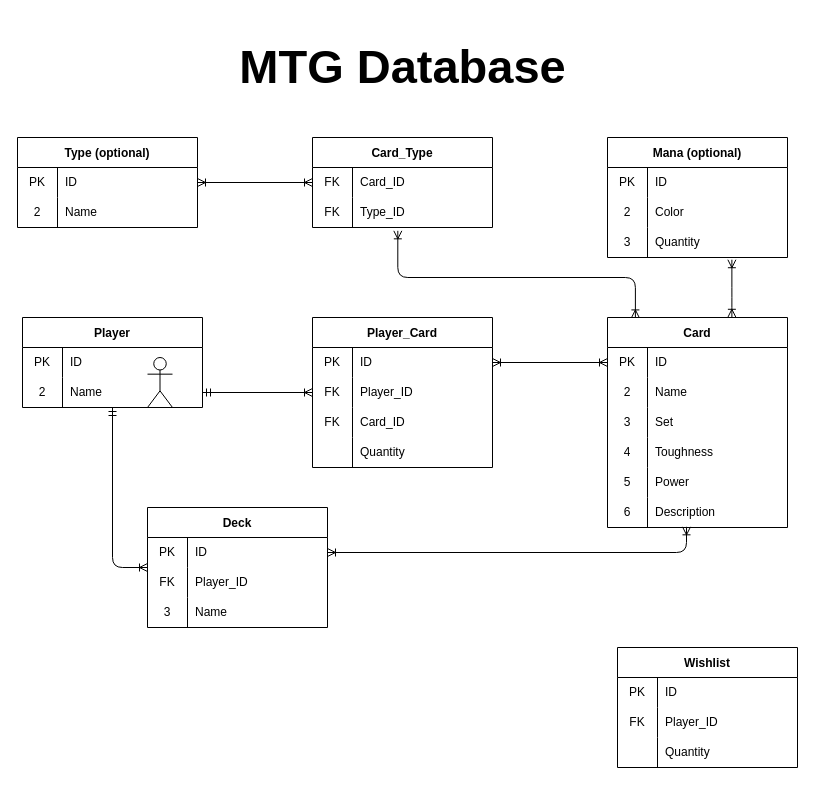
Earlier version of the draw.io diagram erd.dio (AAlexandre1/mtg_database). Source tidied: cells renumbered, new cells numbered last; positions are measured from the earlier drawing's top-left corner, leaving out a move shared by most shapes. Both pictures are drawn from the tidied source at 100%, with x=0, y=0 at pixel (17, 17).
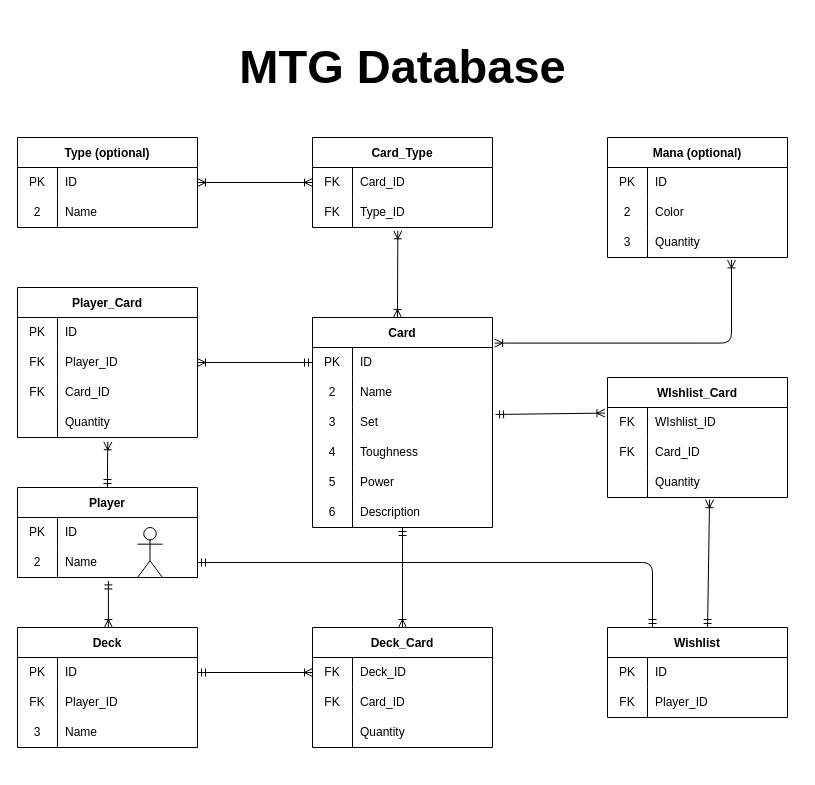
The same diagram, later.

Unchanged cells that the change refers to:
```xml
<mxCell id="6" style="shape=tableRow;horizontal=0;startSize=0;swimlaneHead=0;swimlaneBody=0;top=0;left=0;bottom=0;right=0;fillColor=none;points=[[0,0.5],[1,0.5]];portConstraint=eastwest;rounded=0;shadow=0;glass=0;sketch=0;" parent="2" vertex="1">
  <mxGeometry y="60" width="180" height="30" as="geometry" />
</mxCell>
<mxCell id="10" style="shape=tableRow;horizontal=0;startSize=0;swimlaneHead=0;swimlaneBody=0;top=0;left=0;bottom=0;right=0;fillColor=none;points=[[0,0.5],[1,0.5]];portConstraint=eastwest;rounded=0;shadow=0;glass=0;sketch=0;" parent="9" vertex="1">
  <mxGeometry y="30" width="180" height="30" as="geometry" />
</mxCell>
<mxCell id="16" style="shape=tableRow;horizontal=0;startSize=0;swimlaneHead=0;swimlaneBody=0;top=0;left=0;bottom=0;right=0;fillColor=none;points=[[0,0.5],[1,0.5]];portConstraint=eastwest;rounded=0;shadow=0;glass=0;sketch=0;" parent="9" vertex="1">
  <mxGeometry y="90" width="180" height="30" as="geometry" />
</mxCell>
<mxCell id="25" style="shape=tableRow;horizontal=0;startSize=0;swimlaneHead=0;swimlaneBody=0;top=0;left=0;bottom=0;right=0;fillColor=none;points=[[0,0.5],[1,0.5]];portConstraint=eastwest;rounded=0;shadow=0;glass=0;sketch=0;" parent="9" vertex="1">
  <mxGeometry y="180" width="180" height="30" as="geometry" />
</mxCell>
<mxCell id="30" style="shape=tableRow;horizontal=0;startSize=0;swimlaneHead=0;swimlaneBody=0;top=0;left=0;bottom=0;right=0;fillColor=none;points=[[0,0.5],[1,0.5]];portConstraint=eastwest;rounded=0;shadow=0;glass=0;sketch=0;" parent="29" vertex="1">
  <mxGeometry y="30" width="180" height="30" as="geometry" />
</mxCell>
<mxCell id="33" style="shape=tableRow;horizontal=0;startSize=0;swimlaneHead=0;swimlaneBody=0;top=0;left=0;bottom=0;right=0;fillColor=none;points=[[0,0.5],[1,0.5]];portConstraint=eastwest;rounded=0;shadow=0;glass=0;sketch=0;" parent="29" vertex="1">
  <mxGeometry y="60" width="180" height="30" as="geometry" />
</mxCell>
<mxCell id="40" style="shape=tableRow;horizontal=0;startSize=0;swimlaneHead=0;swimlaneBody=0;top=0;left=0;bottom=0;right=0;fillColor=none;points=[[0,0.5],[1,0.5]];portConstraint=eastwest;rounded=0;shadow=0;glass=0;sketch=0;" parent="39" vertex="1">
  <mxGeometry y="30" width="180" height="30" as="geometry" />
</mxCell>
<mxCell id="43" style="shape=tableRow;horizontal=0;startSize=0;swimlaneHead=0;swimlaneBody=0;top=0;left=0;bottom=0;right=0;fillColor=none;points=[[0,0.5],[1,0.5]];portConstraint=eastwest;rounded=0;shadow=0;glass=0;sketch=0;" parent="39" vertex="1">
  <mxGeometry y="60" width="180" height="30" as="geometry" />
</mxCell>
<mxCell id="49" style="shape=tableRow;horizontal=0;startSize=0;swimlaneHead=0;swimlaneBody=0;top=0;left=0;bottom=0;right=0;fillColor=none;points=[[0,0.5],[1,0.5]];portConstraint=eastwest;rounded=0;shadow=0;glass=0;sketch=0;" parent="39" vertex="1">
  <mxGeometry y="120" width="180" height="30" as="geometry" />
</mxCell>
<mxCell id="69" style="shape=tableRow;horizontal=0;startSize=0;swimlaneHead=0;swimlaneBody=0;top=0;left=0;bottom=0;right=0;fillColor=none;points=[[0,0.5],[1,0.5]];portConstraint=eastwest;rounded=0;shadow=0;glass=0;sketch=0;" parent="62" vertex="1">
  <mxGeometry y="90" width="180" height="30" as="geometry" />
</mxCell>
<mxCell id="92" style="shape=tableRow;horizontal=0;startSize=0;swimlaneHead=0;swimlaneBody=0;top=0;left=0;bottom=0;right=0;fillColor=none;points=[[0,0.5],[1,0.5]];portConstraint=eastwest;" parent="88" vertex="1">
  <mxGeometry y="60" width="180" height="30" as="geometry" />
</mxCell>
```

The edit, as a diff of the source:
```diff
@@
+    <mxCell id="99" style="edgeStyle=orthogonalEdgeStyle;html=1;exitX=0.5;exitY=0;exitDx=0;exitDy=0;entryX=0.502;entryY=1.143;entryDx=0;entryDy=0;entryPerimeter=0;startArrow=ERmandOne;startFill=0;endArrow=ERoneToMany;endFill=0;" parent="1" edge="1" source="2" target="49">
+      <mxGeometry relative="1" as="geometry">
+        <Array as="points">
+          <mxPoint x="90" y="445" />
+          <mxPoint x="90" y="445" />
+        </Array>
+      </mxGeometry>
+    </mxCell>
     <mxCell id="2" value="Player" style="shape=table;startSize=30;childLayout=tableLayout;rowLines=0;fontStyle=1;rounded=0;shadow=0;glass=0;sketch=0;fillColor=default;gradientColor=none;" parent="1" vertex="1">
-      <mxGeometry x="5" y="300" width="180" height="90" as="geometry" />
+      <mxGeometry y="470" width="180" height="90" as="geometry" />
     </mxCell>
@@
     <mxCell id="9" value="Card" style="shape=table;startSize=30;childLayout=tableLayout;rowLines=0;fontStyle=1;rounded=0;shadow=0;glass=0;sketch=0;fillColor=default;gradientColor=none;" parent="1" vertex="1">
-      <mxGeometry x="590" y="300" width="180" height="210" as="geometry" />
+      <mxGeometry x="295" y="300" width="180" height="210" as="geometry" />
     </mxCell>
@@
+    <mxCell id="100" style="edgeStyle=orthogonalEdgeStyle;html=1;exitX=0.5;exitY=0;exitDx=0;exitDy=0;entryX=0.505;entryY=1.114;entryDx=0;entryDy=0;entryPerimeter=0;startArrow=ERoneToMany;startFill=0;endArrow=ERmandOne;endFill=0;" parent="1" edge="1" source="29" target="6">
+      <mxGeometry relative="1" as="geometry">
+        <Array as="points">
+          <mxPoint x="90" y="563" />
+        </Array>
+      </mxGeometry>
+    </mxCell>
     <mxCell id="29" value="Deck" style="shape=table;startSize=30;childLayout=tableLayout;rowLines=0;fontStyle=1;rounded=0;shadow=0;glass=0;sketch=0;fillColor=default;gradientColor=none;" parent="1" vertex="1">
-      <mxGeometry x="130" y="490" width="180" height="120" as="geometry" />
+      <mxGeometry y="610" width="180" height="120" as="geometry" />
     </mxCell>
@@
     <mxCell id="39" value="Player_Card" style="shape=table;startSize=30;childLayout=tableLayout;rowLines=0;fontStyle=1;rounded=0;shadow=0;glass=0;sketch=0;fillColor=default;gradientColor=none;" parent="1" vertex="1">
-      <mxGeometry x="295" y="300" width="180" height="150" as="geometry" />
+      <mxGeometry y="270" width="180" height="150" as="geometry" />
     </mxCell>
@@
     <mxCell id="52" value="Wishlist" style="shape=table;startSize=30;childLayout=tableLayout;rowLines=0;fontStyle=1;rounded=0;shadow=0;glass=0;sketch=0;fillColor=default;gradientColor=none;" parent="1" vertex="1">
-      <mxGeometry x="600" y="630" width="180" height="120" as="geometry" />
+      <mxGeometry x="590" y="610" width="180" height="90" as="geometry" />
     </mxCell>
@@
-    <mxCell id="59" style="shape=tableRow;horizontal=0;startSize=0;swimlaneHead=0;swimlaneBody=0;top=0;left=0;bottom=0;right=0;fillColor=none;rounded=0;shadow=0;glass=0;sketch=0;" parent="52" vertex="1">
-      <mxGeometry y="90" width="180" height="30" as="geometry" />
-    </mxCell>
-    <mxCell id="60" style="shape=partialRectangle;html=1;whiteSpace=wrap;fillColor=none;top=0;left=0;bottom=0;right=0;overflow=hidden;rounded=0;shadow=0;glass=0;sketch=0;" parent="59" vertex="1">
-      <mxGeometry width="40" height="30" as="geometry" />
-    </mxCell>
-    <mxCell id="61" value="Quantity" style="shape=partialRectangle;html=1;whiteSpace=wrap;fillColor=none;top=0;left=0;bottom=0;right=0;align=left;spacingLeft=6;overflow=hidden;rounded=0;shadow=0;glass=0;sketch=0;" parent="59" vertex="1">
-      <mxGeometry x="40" width="140" height="30" as="geometry" />
-    </mxCell>
@@
-    <mxCell id="81" style="edgeStyle=orthogonalEdgeStyle;html=1;exitX=0.691;exitY=1.074;exitDx=0;exitDy=0;startArrow=ERoneToMany;startFill=0;endArrow=ERoneToMany;endFill=0;exitPerimeter=0;entryX=0.691;entryY=-0.001;entryDx=0;entryDy=0;entryPerimeter=0;" parent="1" edge="1" source="69" target="9">
+    <mxCell id="81" style="edgeStyle=orthogonalEdgeStyle;html=1;startArrow=ERoneToMany;startFill=0;endArrow=ERoneToMany;endFill=0;entryX=1.012;entryY=0.122;entryDx=0;entryDy=0;entryPerimeter=0;exitX=0.689;exitY=1.081;exitDx=0;exitDy=0;exitPerimeter=0;" parent="1" edge="1" source="69" target="9">
       <mxGeometry relative="1" as="geometry">
         <Array as="points">
-          <mxPoint x="714" y="280" />
-          <mxPoint x="714" y="280" />
+          <mxPoint x="714" y="326" />
         </Array>
       </mxGeometry>
     </mxCell>
-    <mxCell id="82" style="edgeStyle=orthogonalEdgeStyle;html=1;exitX=1;exitY=0.5;exitDx=0;exitDy=0;entryX=0.439;entryY=0.978;entryDx=0;entryDy=0;entryPerimeter=0;startArrow=ERoneToMany;startFill=0;endArrow=ERoneToMany;endFill=0;" parent="1" edge="1" source="30" target="25">
-      <mxGeometry relative="1" as="geometry" />
-    </mxCell>
-    <mxCell id="83" style="edgeStyle=orthogonalEdgeStyle;html=1;exitX=1;exitY=0.5;exitDx=0;exitDy=0;startArrow=ERmandOne;startFill=0;endArrow=ERoneToMany;endFill=0;" parent="1" edge="1" source="6" target="39">
-      <mxGeometry relative="1" as="geometry">
-        <Array as="points">
-          <mxPoint x="300" y="375" />
-          <mxPoint x="300" y="375" />
-        </Array>
-      </mxGeometry>
-    </mxCell>
@@
     <mxCell id="86" style="shape=umlActor;verticalLabelPosition=bottom;verticalAlign=top;html=1;rounded=0;shadow=0;glass=0;sketch=0;fontFamily=Helvetica;fontSize=47;fillColor=default;gradientColor=none;" parent="1" vertex="1">
-      <mxGeometry x="130" y="340" width="25" height="50" as="geometry" />
+      <mxGeometry x="120" y="510" width="25" height="50" as="geometry" />
     </mxCell>
-    <mxCell id="87" style="edgeStyle=orthogonalEdgeStyle;html=1;entryX=0;entryY=0;entryDx=0;entryDy=0;startArrow=ERmandOne;startFill=0;endArrow=ERoneToMany;endFill=0;entryPerimeter=0;exitX=0.5;exitY=1;exitDx=0;exitDy=0;exitPerimeter=0;" parent="1" edge="1" source="6" target="33">
-      <mxGeometry relative="1" as="geometry">
-        <Array as="points">
-          <mxPoint x="95" y="550" />
-        </Array>
-      </mxGeometry>
-    </mxCell>
@@
-    <mxCell id="97" style="edgeStyle=orthogonalEdgeStyle;html=1;exitX=0.155;exitY=0.002;exitDx=0;exitDy=0;entryX=0.474;entryY=1.111;entryDx=0;entryDy=0;entryPerimeter=0;startArrow=ERoneToMany;startFill=0;endArrow=ERoneToMany;endFill=0;exitPerimeter=0;" parent="1" edge="1" source="9" target="92">
+    <mxCell id="97" style="edgeStyle=orthogonalEdgeStyle;html=1;entryX=0.474;entryY=1.111;entryDx=0;entryDy=0;entryPerimeter=0;startArrow=ERoneToMany;startFill=0;endArrow=ERoneToMany;endFill=0;" parent="1" edge="1" target="92">
       <mxGeometry relative="1" as="geometry">
+        <mxPoint x="380" y="300" as="sourcePoint" />
         <Array as="points">
-          <mxPoint x="618" y="260" />
-          <mxPoint x="380" y="260" />
+          <mxPoint x="380" y="300" />
         </Array>
       </mxGeometry>
     </mxCell>
-    <mxCell id="98" style="edgeStyle=orthogonalEdgeStyle;html=1;exitX=1;exitY=0.5;exitDx=0;exitDy=0;startArrow=ERoneToMany;startFill=0;endArrow=ERoneToMany;endFill=0;" parent="1" edge="1" source="40" target="10">
+    <mxCell id="98" style="edgeStyle=orthogonalEdgeStyle;html=1;exitX=1;exitY=0.5;exitDx=0;exitDy=0;startArrow=ERoneToMany;startFill=0;endArrow=ERmandOne;endFill=0;" parent="1" edge="1" source="43" target="10">
       <mxGeometry relative="1" as="geometry" />
     </mxCell>
+    <mxCell id="101" style="edgeStyle=orthogonalEdgeStyle;html=1;exitX=0.5;exitY=0;exitDx=0;exitDy=0;startArrow=ERoneToMany;startFill=0;endArrow=ERmandOne;endFill=0;entryX=0.5;entryY=1;entryDx=0;entryDy=0;entryPerimeter=0;" parent="1" edge="1" source="102" target="25">
+      <mxGeometry relative="1" as="geometry">
+        <Array as="points">
+          <mxPoint x="385" y="540" />
+          <mxPoint x="385" y="540" />
+        </Array>
+      </mxGeometry>
+    </mxCell>
+    <mxCell id="102" value="Deck_Card" style="shape=table;startSize=30;childLayout=tableLayout;rowLines=0;fontStyle=1;" parent="1" vertex="1">
+      <mxGeometry x="295" y="610" width="180" height="120" as="geometry" />
+    </mxCell>
+    <mxCell id="103" style="shape=tableRow;horizontal=0;startSize=0;swimlaneHead=0;swimlaneBody=0;top=0;left=0;bottom=0;right=0;fillColor=none;points=[[0,0.5],[1,0.5]];portConstraint=eastwest;" parent="102" vertex="1">
+      <mxGeometry y="30" width="180" height="30" as="geometry" />
+    </mxCell>
+    <mxCell id="104" value="FK" style="shape=partialRectangle;html=1;whiteSpace=wrap;fillColor=none;top=0;left=0;bottom=0;right=0;overflow=hidden;" parent="103" vertex="1">
+      <mxGeometry width="40" height="30" as="geometry" />
+    </mxCell>
+    <mxCell id="105" value="Deck_ID" style="shape=partialRectangle;html=1;whiteSpace=wrap;fillColor=none;top=0;left=0;bottom=0;right=0;align=left;spacingLeft=6;overflow=hidden;" parent="103" vertex="1">
+      <mxGeometry x="40" width="140" height="30" as="geometry" />
+    </mxCell>
+    <mxCell id="106" style="shape=tableRow;horizontal=0;startSize=0;swimlaneHead=0;swimlaneBody=0;top=0;left=0;bottom=0;right=0;fillColor=none;" parent="102" vertex="1">
+      <mxGeometry y="60" width="180" height="30" as="geometry" />
+    </mxCell>
+    <mxCell id="107" value="FK" style="shape=partialRectangle;html=1;whiteSpace=wrap;fillColor=none;top=0;left=0;bottom=0;right=0;overflow=hidden;" parent="106" vertex="1">
+      <mxGeometry width="40" height="30" as="geometry" />
+    </mxCell>
+    <mxCell id="108" value="Card_ID" style="shape=partialRectangle;html=1;whiteSpace=wrap;fillColor=none;top=0;left=0;bottom=0;right=0;align=left;spacingLeft=6;overflow=hidden;" parent="106" vertex="1">
+      <mxGeometry x="40" width="140" height="30" as="geometry" />
+    </mxCell>
+    <mxCell id="109" style="shape=tableRow;horizontal=0;startSize=0;swimlaneHead=0;swimlaneBody=0;top=0;left=0;bottom=0;right=0;fillColor=none;" parent="102" vertex="1">
+      <mxGeometry y="90" width="180" height="30" as="geometry" />
+    </mxCell>
+    <mxCell id="110" style="shape=partialRectangle;html=1;whiteSpace=wrap;fillColor=none;top=0;left=0;bottom=0;right=0;overflow=hidden;" parent="109" vertex="1">
+      <mxGeometry width="40" height="30" as="geometry" />
+    </mxCell>
+    <mxCell id="111" value="Quantity" style="shape=partialRectangle;html=1;whiteSpace=wrap;fillColor=none;top=0;left=0;bottom=0;right=0;align=left;spacingLeft=6;overflow=hidden;" parent="109" vertex="1">
+      <mxGeometry x="40" width="140" height="30" as="geometry" />
+    </mxCell>
+    <mxCell id="112" style="edgeStyle=orthogonalEdgeStyle;html=1;exitX=0;exitY=0.5;exitDx=0;exitDy=0;entryX=1;entryY=0.5;entryDx=0;entryDy=0;startArrow=ERoneToMany;startFill=0;endArrow=ERmandOne;endFill=0;" parent="1" edge="1" source="103" target="30">
+      <mxGeometry relative="1" as="geometry" />
+    </mxCell>
+    <mxCell id="113" value="WIshlist_Card" style="shape=table;startSize=30;childLayout=tableLayout;rowLines=0;fontStyle=1;" parent="1" vertex="1">
+      <mxGeometry x="590" y="360" width="180" height="120" as="geometry" />
+    </mxCell>
+    <mxCell id="114" style="shape=tableRow;horizontal=0;startSize=0;swimlaneHead=0;swimlaneBody=0;top=0;left=0;bottom=0;right=0;fillColor=none;points=[[0,0.5],[1,0.5]];portConstraint=eastwest;" parent="113" vertex="1">
+      <mxGeometry y="30" width="180" height="30" as="geometry" />
+    </mxCell>
+    <mxCell id="115" value="FK" style="shape=partialRectangle;html=1;whiteSpace=wrap;fillColor=none;top=0;left=0;bottom=0;right=0;overflow=hidden;" parent="114" vertex="1">
+      <mxGeometry width="40" height="30" as="geometry" />
+    </mxCell>
+    <mxCell id="116" value="WIshlist_ID" style="shape=partialRectangle;html=1;whiteSpace=wrap;fillColor=none;top=0;left=0;bottom=0;right=0;align=left;spacingLeft=6;overflow=hidden;" parent="114" vertex="1">
+      <mxGeometry x="40" width="140" height="30" as="geometry" />
+    </mxCell>
+    <mxCell id="117" style="shape=tableRow;horizontal=0;startSize=0;swimlaneHead=0;swimlaneBody=0;top=0;left=0;bottom=0;right=0;fillColor=none;" parent="113" vertex="1">
+      <mxGeometry y="60" width="180" height="30" as="geometry" />
+    </mxCell>
+    <mxCell id="118" value="FK" style="shape=partialRectangle;html=1;whiteSpace=wrap;fillColor=none;top=0;left=0;bottom=0;right=0;overflow=hidden;" parent="117" vertex="1">
+      <mxGeometry width="40" height="30" as="geometry" />
+    </mxCell>
+    <mxCell id="119" value="Card_ID" style="shape=partialRectangle;html=1;whiteSpace=wrap;fillColor=none;top=0;left=0;bottom=0;right=0;align=left;spacingLeft=6;overflow=hidden;" parent="117" vertex="1">
+      <mxGeometry x="40" width="140" height="30" as="geometry" />
+    </mxCell>
+    <mxCell id="120" style="shape=tableRow;horizontal=0;startSize=0;swimlaneHead=0;swimlaneBody=0;top=0;left=0;bottom=0;right=0;fillColor=none;points=[[0,0.5],[1,0.5]];portConstraint=eastwest;" parent="113" vertex="1">
+      <mxGeometry y="90" width="180" height="30" as="geometry" />
+    </mxCell>
+    <mxCell id="121" style="shape=partialRectangle;html=1;whiteSpace=wrap;fillColor=none;top=0;left=0;bottom=0;right=0;overflow=hidden;" parent="120" vertex="1">
+      <mxGeometry width="40" height="30" as="geometry" />
+    </mxCell>
+    <mxCell id="122" value="Quantity" style="shape=partialRectangle;html=1;whiteSpace=wrap;fillColor=none;top=0;left=0;bottom=0;right=0;align=left;spacingLeft=6;overflow=hidden;" parent="120" vertex="1">
+      <mxGeometry x="40" width="140" height="30" as="geometry" />
+    </mxCell>
+    <mxCell id="123" style="edgeStyle=none;jettySize=auto;html=1;startArrow=ERmandOne;startFill=0;endArrow=ERoneToMany;endFill=0;exitX=1.017;exitY=0.233;exitDx=0;exitDy=0;exitPerimeter=0;entryX=-0.014;entryY=0.186;entryDx=0;entryDy=0;entryPerimeter=0;" parent="1" edge="1" source="16" target="114">
+      <mxGeometry relative="1" as="geometry" />
+    </mxCell>
+    <mxCell id="124" style="edgeStyle=none;jettySize=auto;html=1;startArrow=ERmandOne;startFill=0;endArrow=ERoneToMany;endFill=0;exitX=0.556;exitY=0;exitDx=0;exitDy=0;exitPerimeter=0;entryX=0.567;entryY=1.073;entryDx=0;entryDy=0;entryPerimeter=0;" parent="1" edge="1" source="52" target="120">
+      <mxGeometry relative="1" as="geometry" />
+    </mxCell>
+    <mxCell id="125" style="edgeStyle=orthogonalEdgeStyle;html=1;exitX=1;exitY=0.5;exitDx=0;exitDy=0;entryX=0.25;entryY=0;entryDx=0;entryDy=0;startArrow=ERmandOne;startFill=0;endArrow=ERmandOne;endFill=0;" parent="1" edge="1" source="6" target="52">
+      <mxGeometry relative="1" as="geometry" />
+    </mxCell>
```
